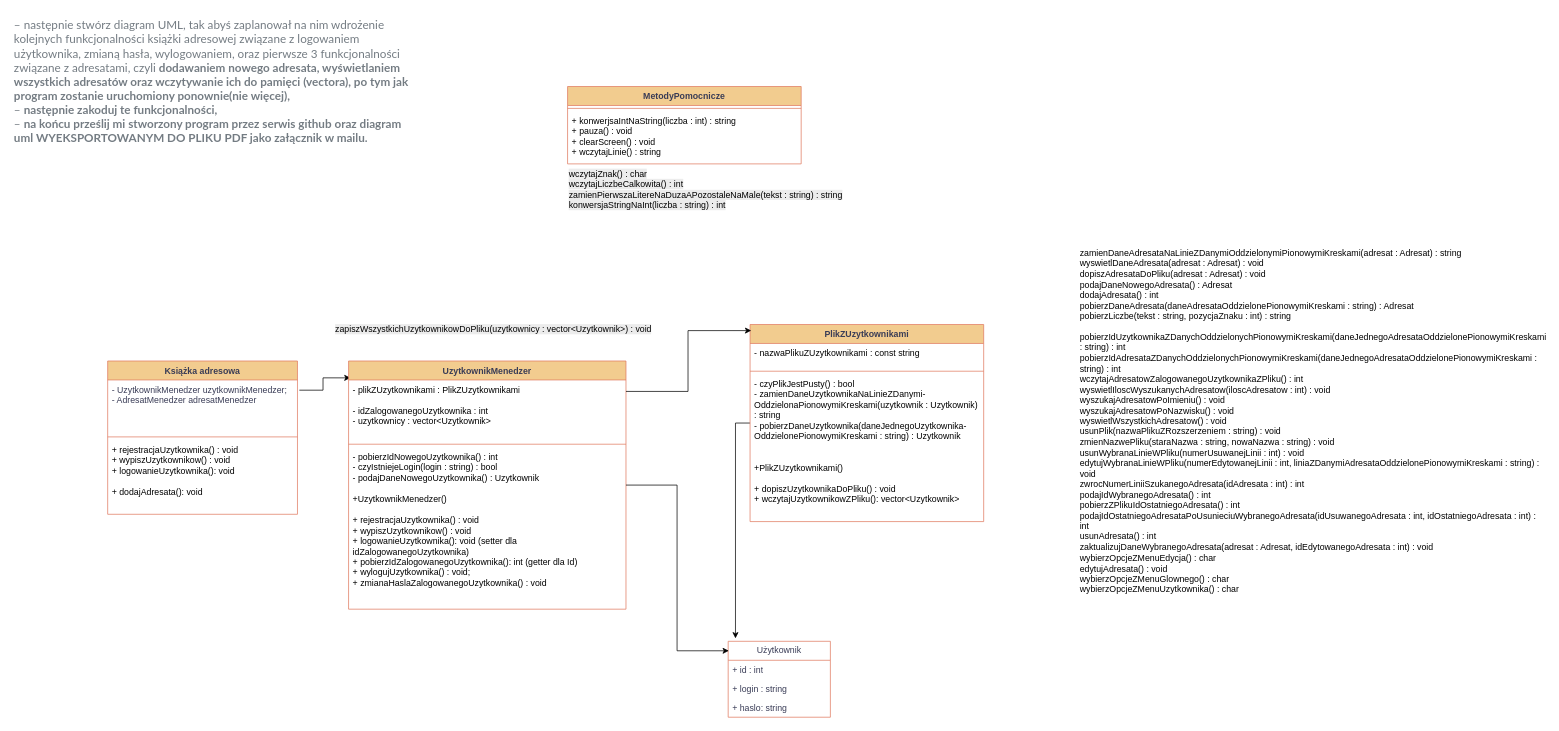
This is Ksiazka adresowa.drawio from endyyKD/KsiazkaAdresowa_OOP, a draw.io file, before an edit. Source tidied: cells renumbered, new cells numbered last; positions are measured from the earlier drawing's top-left corner, leaving out a move shared by most shapes. Both pictures are drawn from the tidied source at 73%, with x=0, y=0 at pixel (12, 12).
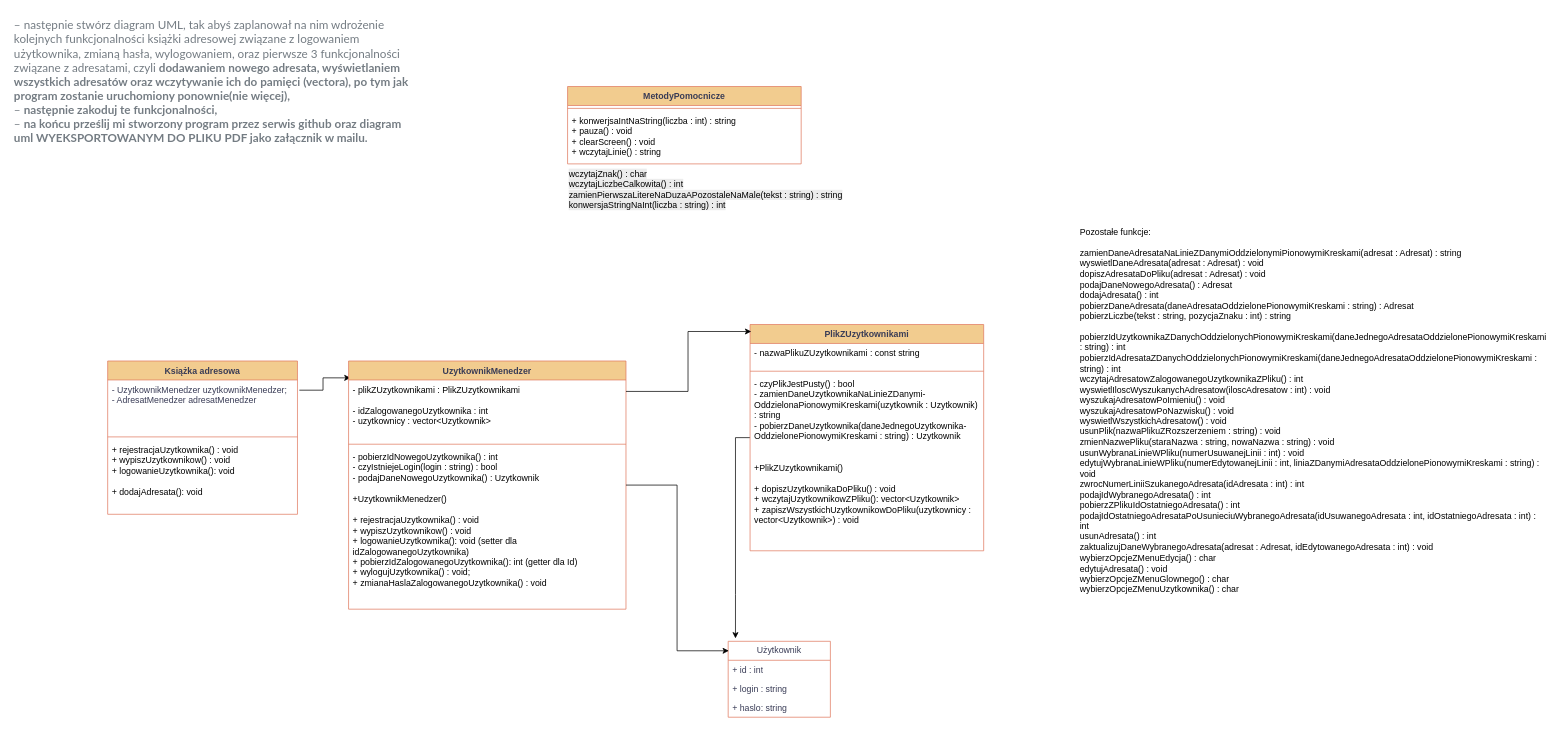
After the change.

Diff of the diagram source:
```diff
@@
     <mxCell id="16" value="PlikZUzytkownikami" style="swimlane;fontStyle=1;align=center;verticalAlign=top;horizontal=1;startSize=26;whiteSpace=wrap;html=1;labelBackgroundColor=none;fillColor=#F2CC8F;strokeColor=#E07A5F;fontColor=#393C56;" parent="1" vertex="1">
-      <mxGeometry x="1010" y="427" width="320" height="270" as="geometry" />
+      <mxGeometry x="1010" y="427" width="320" height="310" as="geometry" />
     </mxCell>
@@
-    <mxCell id="19" value="&lt;div&gt;&lt;span style=&quot;color: rgb(0, 0, 0); background-color: transparent;&quot;&gt;- czyPlikJestPusty() : bool&lt;/span&gt;&lt;/div&gt;&lt;div&gt;&lt;span style=&quot;color: rgb(0, 0, 0);&quot;&gt;&lt;div style=&quot;color: rgb(0, 0, 0);&quot;&gt;- zamienDaneUzytkownikaNaLinieZDanymi-OddzielonaPionowymiKreskami(uzytkownik : Uzytkownik) : string&lt;/div&gt;&lt;div style=&quot;color: rgb(0, 0, 0);&quot;&gt;- pobierzDaneUzytkownika(daneJednegoUzytkownika-OddzielonePionowymiKreskami : string) : Uzytkownik&lt;div style=&quot;padding: 0px; margin: 0px;&quot;&gt;&lt;br style=&quot;padding: 0px; margin: 0px;&quot;&gt;&lt;/div&gt;&lt;/div&gt;&lt;div style=&quot;color: rgb(0, 0, 0);&quot;&gt;&lt;br&gt;&lt;/div&gt;&lt;div style=&quot;color: rgb(0, 0, 0);&quot;&gt;&lt;div style=&quot;color: rgb(57, 60, 86);&quot;&gt;&lt;span style=&quot;color: rgb(0, 0, 0);&quot;&gt;+PlikZUzytkownikami()&amp;nbsp;&lt;/span&gt;&lt;/div&gt;&lt;div style=&quot;color: rgb(57, 60, 86);&quot;&gt;&lt;span style=&quot;color: rgb(0, 0, 0);&quot;&gt;&lt;br&gt;&lt;/span&gt;&lt;/div&gt;&lt;div style=&quot;color: rgb(57, 60, 86);&quot;&gt;&lt;span style=&quot;color: rgb(0, 0, 0);&quot;&gt;+ dopiszUzytkownikaDoPliku() : void&lt;/span&gt;&lt;/div&gt;&lt;div style=&quot;color: rgb(57, 60, 86);&quot;&gt;&lt;span style=&quot;color: rgb(0, 0, 0); background-color: transparent;&quot;&gt;+ wczytajUzytkownikowZPliku(): vector&amp;lt;Uzytkownik&amp;gt;&lt;/span&gt;&lt;/div&gt;&lt;/div&gt;&lt;/span&gt;&lt;/div&gt;" style="text;strokeColor=none;fillColor=none;align=left;verticalAlign=top;spacingLeft=4;spacingRight=4;overflow=hidden;whiteSpace=wrap;html=1;labelBackgroundColor=none;fontColor=#393C56;" parent="16" vertex="1">
-      <mxGeometry y="68" width="320" height="202" as="geometry" />
+    <mxCell id="19" value="&lt;div&gt;&lt;span style=&quot;color: rgb(0, 0, 0); background-color: transparent;&quot;&gt;- czyPlikJestPusty() : bool&lt;/span&gt;&lt;/div&gt;&lt;div&gt;&lt;span style=&quot;color: rgb(0, 0, 0);&quot;&gt;&lt;div style=&quot;color: rgb(0, 0, 0);&quot;&gt;- zamienDaneUzytkownikaNaLinieZDanymi-OddzielonaPionowymiKreskami(uzytkownik : Uzytkownik) : string&lt;/div&gt;&lt;div style=&quot;color: rgb(0, 0, 0);&quot;&gt;- pobierzDaneUzytkownika(daneJednegoUzytkownika-OddzielonePionowymiKreskami : string) : Uzytkownik&lt;div style=&quot;padding: 0px; margin: 0px;&quot;&gt;&lt;br style=&quot;padding: 0px; margin: 0px;&quot;&gt;&lt;/div&gt;&lt;/div&gt;&lt;div style=&quot;color: rgb(0, 0, 0);&quot;&gt;&lt;br&gt;&lt;/div&gt;&lt;div style=&quot;color: rgb(0, 0, 0);&quot;&gt;&lt;div style=&quot;color: rgb(57, 60, 86);&quot;&gt;&lt;span style=&quot;color: rgb(0, 0, 0);&quot;&gt;+PlikZUzytkownikami()&amp;nbsp;&lt;/span&gt;&lt;/div&gt;&lt;div style=&quot;color: rgb(57, 60, 86);&quot;&gt;&lt;span style=&quot;color: rgb(0, 0, 0);&quot;&gt;&lt;br&gt;&lt;/span&gt;&lt;/div&gt;&lt;div style=&quot;color: rgb(57, 60, 86);&quot;&gt;&lt;span style=&quot;color: rgb(0, 0, 0);&quot;&gt;+ dopiszUzytkownikaDoPliku() : void&lt;/span&gt;&lt;/div&gt;&lt;div style=&quot;color: rgb(57, 60, 86);&quot;&gt;&lt;span style=&quot;color: rgb(0, 0, 0); background-color: transparent;&quot;&gt;+ wczytajUzytkownikowZPliku(): vector&amp;lt;Uzytkownik&amp;gt;&lt;/span&gt;&lt;/div&gt;&lt;div style=&quot;color: rgb(57, 60, 86);&quot;&gt;&lt;span style=&quot;color: rgb(0, 0, 0); background-color: transparent;&quot;&gt;+ zapiszWszystkichUzytkownikowDoPliku(uzytkownicy : vector&amp;lt;Uzytkownik&amp;gt;) : void&lt;/span&gt;&lt;/div&gt;&lt;/div&gt;&lt;/span&gt;&lt;/div&gt;" style="text;strokeColor=none;fillColor=none;align=left;verticalAlign=top;spacingLeft=4;spacingRight=4;overflow=hidden;whiteSpace=wrap;html=1;labelBackgroundColor=none;fontColor=#393C56;" parent="16" vertex="1">
+      <mxGeometry y="68" width="320" height="242" as="geometry" />
     </mxCell>
@@
-    <mxCell id="25" value="&#10;&#10;zamienDaneAdresataNaLinieZDanymiOddzielonymiPionowymiKreskami(adresat : Adresat) : string&#10;wyswietlDaneAdresata(adresat : Adresat) : void&#10;dopiszAdresataDoPliku(adresat : Adresat) : void&#10;podajDaneNowegoAdresata() : Adresat&#10;dodajAdresata() : int&#10;pobierzDaneAdresata(daneAdresataOddzielonePionowymiKreskami : string) : Adresat&#10;pobierzLiczbe(tekst : string, pozycjaZnaku : int) : string&#10;&#10;pobierzIdUzytkownikaZDanychOddzielonychPionowymiKreskami(daneJednegoAdresataOddzielonePionowymiKreskami : string) : int&#10;pobierzIdAdresataZDanychOddzielonychPionowymiKreskami(daneJednegoAdresataOddzielonePionowymiKreskami : string) : int&#10;wczytajAdresatowZalogowanegoUzytkownikaZPliku() : int&#10;wyswietlIloscWyszukanychAdresatow(iloscAdresatow : int) : void&#10;wyszukajAdresatowPoImieniu() : void&#10;wyszukajAdresatowPoNazwisku() : void&#10;wyswietlWszystkichAdresatow() : void&#10;usunPlik(nazwaPlikuZRozszerzeniem : string) : void&#10;zmienNazwePliku(staraNazwa : string, nowaNazwa : string) : void&#10;usunWybranaLinieWPliku(numerUsuwanejLinii : int) : void&#10;edytujWybranaLinieWPliku(numerEdytowanejLinii : int, liniaZDanymiAdresataOddzielonePionowymiKreskami : string) : void&#10;zwrocNumerLiniiSzukanegoAdresata(idAdresata : int) : int&#10;podajIdWybranegoAdresata() : int&#10;pobierzZPlikuIdOstatniegoAdresata() : int&#10;podajIdOstatniegoAdresataPoUsunieciuWybranegoAdresata(idUsuwanegoAdresata : int, idOstatniegoAdresata : int) : int&#10;usunAdresata() : int&#10;zaktualizujDaneWybranegoAdresata(adresat : Adresat, idEdytowanegoAdresata : int) : void&#10;wybierzOpcjeZMenuEdycja() : char&#10;edytujAdresata() : void&#10;wybierzOpcjeZMenuGlownego() : char&#10;wybierzOpcjeZMenuUzytkownika() : char" style="text;whiteSpace=wrap;" parent="1" vertex="1">
+    <mxCell id="25" value="Pozostałe funkcje:&#10;&#10;zamienDaneAdresataNaLinieZDanymiOddzielonymiPionowymiKreskami(adresat : Adresat) : string&#10;wyswietlDaneAdresata(adresat : Adresat) : void&#10;dopiszAdresataDoPliku(adresat : Adresat) : void&#10;podajDaneNowegoAdresata() : Adresat&#10;dodajAdresata() : int&#10;pobierzDaneAdresata(daneAdresataOddzielonePionowymiKreskami : string) : Adresat&#10;pobierzLiczbe(tekst : string, pozycjaZnaku : int) : string&#10;&#10;pobierzIdUzytkownikaZDanychOddzielonychPionowymiKreskami(daneJednegoAdresataOddzielonePionowymiKreskami : string) : int&#10;pobierzIdAdresataZDanychOddzielonychPionowymiKreskami(daneJednegoAdresataOddzielonePionowymiKreskami : string) : int&#10;wczytajAdresatowZalogowanegoUzytkownikaZPliku() : int&#10;wyswietlIloscWyszukanychAdresatow(iloscAdresatow : int) : void&#10;wyszukajAdresatowPoImieniu() : void&#10;wyszukajAdresatowPoNazwisku() : void&#10;wyswietlWszystkichAdresatow() : void&#10;usunPlik(nazwaPlikuZRozszerzeniem : string) : void&#10;zmienNazwePliku(staraNazwa : string, nowaNazwa : string) : void&#10;usunWybranaLinieWPliku(numerUsuwanejLinii : int) : void&#10;edytujWybranaLinieWPliku(numerEdytowanejLinii : int, liniaZDanymiAdresataOddzielonePionowymiKreskami : string) : void&#10;zwrocNumerLiniiSzukanegoAdresata(idAdresata : int) : int&#10;podajIdWybranegoAdresata() : int&#10;pobierzZPlikuIdOstatniegoAdresata() : int&#10;podajIdOstatniegoAdresataPoUsunieciuWybranegoAdresata(idUsuwanegoAdresata : int, idOstatniegoAdresata : int) : int&#10;usunAdresata() : int&#10;zaktualizujDaneWybranegoAdresata(adresat : Adresat, idEdytowanegoAdresata : int) : void&#10;wybierzOpcjeZMenuEdycja() : char&#10;edytujAdresata() : void&#10;wybierzOpcjeZMenuGlownego() : char&#10;wybierzOpcjeZMenuUzytkownika() : char" style="text;whiteSpace=wrap;" parent="1" vertex="1">
       <mxGeometry x="1460" y="287" width="560" height="600" as="geometry" />
     </mxCell>
@@
-    <mxCell id="27" value="&lt;span style=&quot;color: rgb(0, 0, 0); font-family: Helvetica; font-size: 12px; font-style: normal; font-variant-ligatures: normal; font-variant-caps: normal; font-weight: 400; letter-spacing: normal; orphans: 2; text-align: left; text-indent: 0px; text-transform: none; widows: 2; word-spacing: 0px; -webkit-text-stroke-width: 0px; white-space: normal; background-color: rgb(236, 236, 236); text-decoration-thickness: initial; text-decoration-style: initial; text-decoration-color: initial; display: inline !important; float: none;&quot;&gt;zapiszWszystkichUzytkownikowDoPliku(uzytkownicy : vector&amp;lt;Uzytkownik&amp;gt;) : void&lt;/span&gt;&lt;br style=&quot;forced-color-adjust: none; padding: 0px; margin: 0px; color: rgb(0, 0, 0); font-family: Helvetica; font-size: 12px; font-style: normal; font-variant-ligatures: normal; font-variant-caps: normal; font-weight: 400; letter-spacing: normal; orphans: 2; text-align: left; text-indent: 0px; text-transform: none; widows: 2; word-spacing: 0px; -webkit-text-stroke-width: 0px; white-space: normal; background-color: rgb(236, 236, 236); text-decoration-thickness: initial; text-decoration-style: initial; text-decoration-color: initial;&quot;&gt;" style="text;whiteSpace=wrap;html=1;" parent="1" vertex="1">
-      <mxGeometry x="440" y="420" width="470" height="70" as="geometry" />
-    </mxCell>
```
